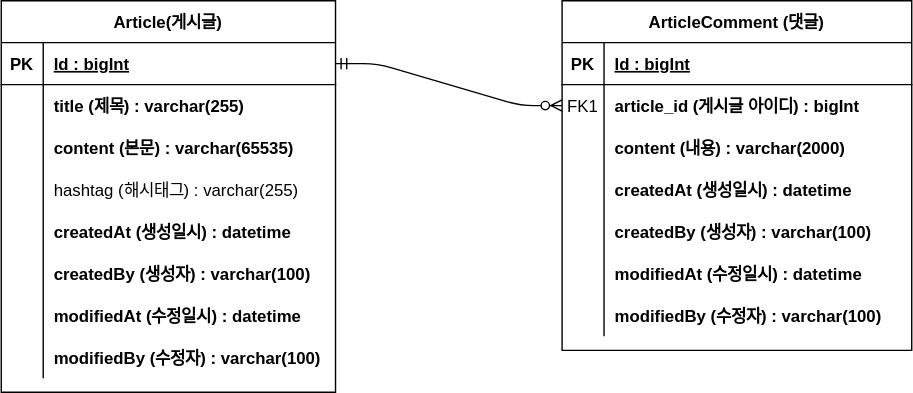
The draw.io diagram document/project-board-erd.svg in Leejieon/Board-project, before a commit. Source tidied: cells renumbered, new cells last; positions are measured from the earlier drawing's top-left corner, leaving out a move shared by most shapes.
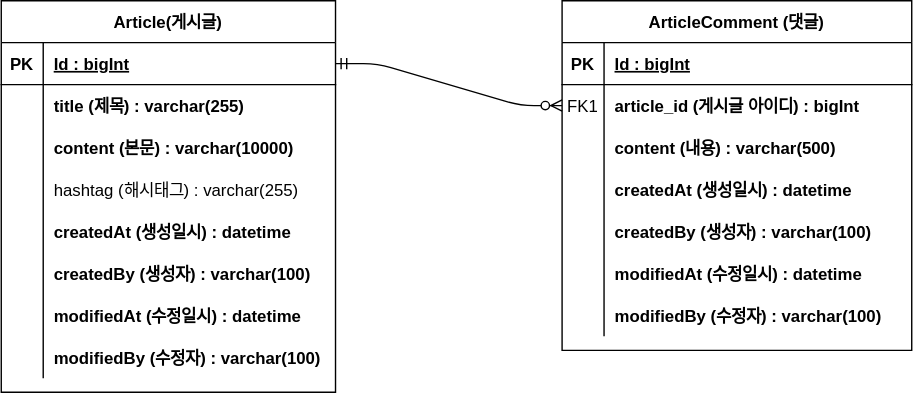
After the change.

Commit message:
#10 - ERD 업데이트(본문 사이즈 조정)

Change to the diagram source:
```diff
@@ -32,7 +32,7 @@
     <mxCell id="11" style="shape=partialRectangle;overflow=hidden;fillColor=none;top=0;left=0;bottom=0;right=0;" parent="10" vertex="1">
       <mxGeometry width="30" height="30" as="geometry" />
     </mxCell>
-    <mxCell id="12" value="content (내용) : varchar(2000)" style="shape=partialRectangle;overflow=hidden;fillColor=none;top=0;left=0;bottom=0;right=0;align=left;spacingLeft=6;fontStyle=1;" parent="10" vertex="1">
+    <mxCell id="12" value="content (내용) : varchar(500)" style="shape=partialRectangle;overflow=hidden;fillColor=none;top=0;left=0;bottom=0;right=0;align=left;spacingLeft=6;fontStyle=1;" parent="10" vertex="1">
       <mxGeometry x="30" width="220" height="30" as="geometry" />
     </mxCell>
     <mxCell id="13" style="shape=partialRectangle;fillColor=none;top=0;left=0;right=0;bottom=0;" parent="3" vertex="1">
@@ -98,7 +98,7 @@
     <mxCell id="33" style="shape=partialRectangle;overflow=hidden;fillColor=none;top=0;left=0;bottom=0;right=0;" parent="32" vertex="1">
       <mxGeometry width="30" height="30" as="geometry" />
     </mxCell>
-    <mxCell id="34" value="content (본문) : varchar(65535)" style="shape=partialRectangle;overflow=hidden;fillColor=none;top=0;left=0;bottom=0;right=0;align=left;spacingLeft=6;fontStyle=1;" parent="32" vertex="1">
+    <mxCell id="34" value="content (본문) : varchar(10000)" style="shape=partialRectangle;overflow=hidden;fillColor=none;top=0;left=0;bottom=0;right=0;align=left;spacingLeft=6;fontStyle=1;" parent="32" vertex="1">
       <mxGeometry x="30" width="209" height="30" as="geometry" />
     </mxCell>
     <mxCell id="35" style="shape=partialRectangle;fillColor=none;top=0;left=0;right=0;bottom=0;" parent="25" vertex="1">
```
